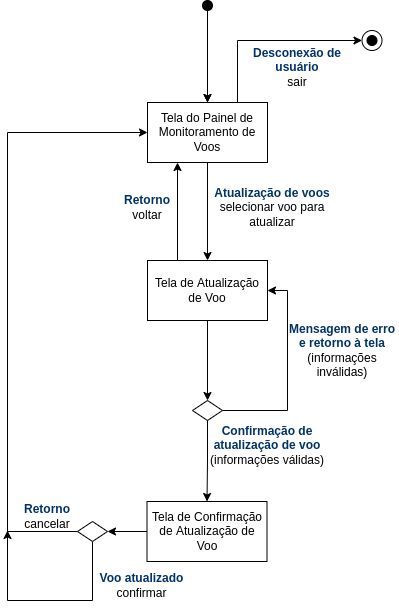
The draw.io diagram docs/images/diagrama_navegacao_monitoramento.png in franos-pj/PCS3643-Grupo7, before a commit. Source tidied: cells renumbered, new cells last; positions are measured from the earlier drawing's top-left corner, leaving out a move shared by most shapes.
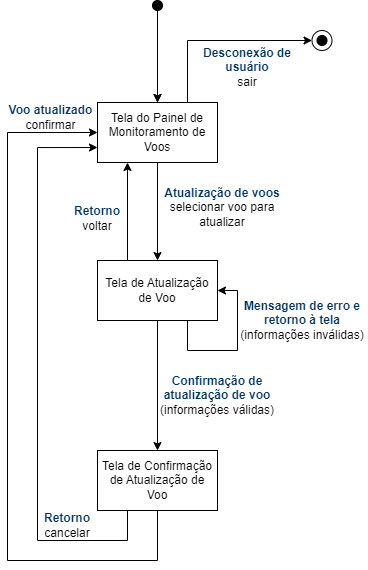
The same diagram one commit later.

Diff of the diagram source:
```diff
@@ -37,7 +37,7 @@
     <mxCell id="11" value="Desconexão de usuário&lt;br&gt;&lt;span style=&quot;color: rgb(0, 0, 0); font-weight: 400;&quot;&gt;sair&lt;/span&gt;" style="text;html=1;strokeColor=none;fillColor=none;align=center;verticalAlign=middle;whiteSpace=wrap;rounded=0;fontColor=#003366;fontStyle=1;" parent="1" vertex="1">
       <mxGeometry x="230" y="40" width="120" height="53" as="geometry" />
     </mxCell>
-    <mxCell id="12" style="edgeStyle=orthogonalEdgeStyle;rounded=0;jettySize=auto;html=1;exitX=0.5;exitY=1;exitDx=0;exitDy=0;entryX=0.5;entryY=0;entryDx=0;entryDy=0;fontSize=12;fontColor=#000000;" parent="1" edge="1" source="14" target="26">
+    <mxCell id="12" style="edgeStyle=orthogonalEdgeStyle;rounded=0;jettySize=auto;html=1;exitX=0.5;exitY=1;exitDx=0;exitDy=0;entryX=0.5;entryY=0;entryDx=0;entryDy=0;fontSize=12;fontColor=#000000;" parent="1" edge="1" source="14" target="17">
       <mxGeometry relative="1" as="geometry" />
     </mxCell>
     <mxCell id="13" style="edgeStyle=orthogonalEdgeStyle;rounded=0;jettySize=auto;html=1;exitX=0.25;exitY=0;exitDx=0;exitDy=0;entryX=0.25;entryY=1;entryDx=0;entryDy=0;fontSize=12;fontColor=#003366;" parent="1" edge="1" source="14" target="4">
@@ -49,60 +49,50 @@
     <mxCell id="15" value="Atualização de voos&lt;br&gt;&lt;font color=&quot;#000000&quot;&gt;&lt;span style=&quot;font-weight: 400;&quot;&gt;selecionar voo para atualizar&lt;/span&gt;&lt;/font&gt;" style="text;html=1;strokeColor=none;fillColor=none;align=center;verticalAlign=middle;whiteSpace=wrap;rounded=0;fontColor=#003366;fontStyle=1;" parent="1" vertex="1">
       <mxGeometry x="200" y="180" width="130" height="53" as="geometry" />
     </mxCell>
-    <mxCell id="16" style="edgeStyle=orthogonalEdgeStyle;rounded=0;jettySize=auto;html=1;exitX=0;exitY=0.5;exitDx=0;exitDy=0;entryX=1;entryY=0.5;entryDx=0;entryDy=0;fontSize=12;fontColor=#000000;" parent="1" edge="1" source="17" target="20">
-      <mxGeometry relative="1" as="geometry" />
-    </mxCell>
+    <mxCell id="29" style="edgeStyle=orthogonalEdgeStyle;rounded=0;jettySize=auto;html=1;exitX=0.5;exitY=1;exitDx=0;exitDy=0;entryX=0;entryY=0.5;entryDx=0;entryDy=0;" parent="1" edge="1" source="17" target="4">
+      <mxGeometry relative="1" as="geometry">
+        <Array as="points">
+          <mxPoint x="200" y="560" />
+          <mxPoint x="50" y="560" />
+          <mxPoint x="50" y="132" />
+        </Array>
+      </mxGeometry>
+    </mxCell>
     <mxCell id="17" value="Tela de Confirmação de Atualização de Voo" style="rounded=0;whiteSpace=wrap;html=1;" parent="1" vertex="1">
-      <mxGeometry x="139.5" y="501" width="120" height="60" as="geometry" />
+      <mxGeometry x="140" y="450" width="120" height="60" as="geometry" />
     </mxCell>
-    <mxCell id="18" style="edgeStyle=orthogonalEdgeStyle;rounded=0;jettySize=auto;html=1;exitX=0.5;exitY=1;exitDx=0;exitDy=0;" parent="1" edge="1" source="20">
-      <mxGeometry relative="1" as="geometry">
-        <mxPoint y="530" as="targetPoint" />
-        <Array as="points">
-          <mxPoint x="85" y="600" />
-          <mxPoint y="600" />
-        </Array>
-      </mxGeometry>
-    </mxCell>
-    <mxCell id="19" style="edgeStyle=orthogonalEdgeStyle;rounded=0;jettySize=auto;html=1;exitX=0;exitY=0.5;exitDx=0;exitDy=0;entryX=0;entryY=0.5;entryDx=0;entryDy=0;fontSize=12;fontColor=#000000;" parent="1" edge="1" source="20" target="4">
+    <mxCell id="19" style="edgeStyle=orthogonalEdgeStyle;rounded=0;jettySize=auto;html=1;exitX=0.25;exitY=1;exitDx=0;exitDy=0;entryX=0;entryY=0.75;entryDx=0;entryDy=0;fontSize=12;fontColor=#000000;" parent="1" edge="1" source="17" target="4">
       <mxGeometry relative="1" as="geometry">
         <Array as="points">
-          <mxPoint y="531" />
-          <mxPoint y="132" />
+          <mxPoint x="170" y="540" />
+          <mxPoint x="80" y="540" />
+          <mxPoint x="80" y="147" />
         </Array>
       </mxGeometry>
     </mxCell>
-    <mxCell id="20" style="rhombus;whiteSpace=wrap;html=1;" parent="1" vertex="1">
-      <mxGeometry x="70" y="521" width="30" height="20" as="geometry" />
-    </mxCell>
     <mxCell id="21" value="&lt;b&gt;&lt;font color=&quot;#003366&quot;&gt;Retorno&lt;/font&gt;&lt;/b&gt;&lt;br&gt;cancelar" style="text;html=1;strokeColor=none;fillColor=none;align=center;verticalAlign=middle;whiteSpace=wrap;rounded=0;" parent="1" vertex="1">
-      <mxGeometry x="10" y="501" width="60" height="30" as="geometry" />
+      <mxGeometry x="80" y="510" width="60" height="30" as="geometry" />
     </mxCell>
     <mxCell id="22" value="Voo atualizado&lt;br&gt;&lt;font color=&quot;#000000&quot;&gt;&lt;span style=&quot;font-weight: normal;&quot;&gt;confirmar&lt;/span&gt;&lt;/font&gt;" style="text;html=1;strokeColor=none;fillColor=none;align=center;verticalAlign=middle;whiteSpace=wrap;rounded=0;fontColor=#003366;fontStyle=1;" parent="1" vertex="1">
-      <mxGeometry x="87.5" y="570" width="92.5" height="30" as="geometry" />
+      <mxGeometry x="47.5" y="102" width="92.5" height="30" as="geometry" />
     </mxCell>
     <mxCell id="23" value="&lt;font style=&quot;&quot;&gt;&lt;font color=&quot;#003366&quot;&gt;&lt;b&gt;Confirmação de atualização de voo&lt;/b&gt;&lt;/font&gt;&lt;br&gt;(informações válidas)&lt;br&gt;&lt;/font&gt;" style="text;html=1;strokeColor=none;fillColor=none;align=center;verticalAlign=middle;whiteSpace=wrap;rounded=0;" parent="1" vertex="1">
-      <mxGeometry x="200" y="430" width="120" height="30" as="geometry" />
+      <mxGeometry x="200" y="380" width="120" height="30" as="geometry" />
     </mxCell>
-    <mxCell id="24" style="edgeStyle=orthogonalEdgeStyle;rounded=0;jettySize=auto;html=1;exitX=0.5;exitY=1;exitDx=0;exitDy=0;entryX=0.5;entryY=0;entryDx=0;entryDy=0;fontSize=12;fontColor=#000000;" parent="1" edge="1" source="26" target="17">
-      <mxGeometry relative="1" as="geometry" />
-    </mxCell>
-    <mxCell id="25" style="edgeStyle=orthogonalEdgeStyle;rounded=0;jettySize=auto;html=1;exitX=1;exitY=0.5;exitDx=0;exitDy=0;entryX=1;entryY=0.5;entryDx=0;entryDy=0;fontSize=12;fontColor=#000000;" parent="1" edge="1" source="26" target="14">
+    <mxCell id="25" style="edgeStyle=orthogonalEdgeStyle;rounded=0;orthogonalLoop=1;jettySize=auto;html=1;exitX=0.75;exitY=1;exitDx=0;exitDy=0;entryX=1;entryY=0.5;entryDx=0;entryDy=0;fontSize=12;fontColor=#000000;" parent="1" edge="1" source="14" target="14">
       <mxGeometry relative="1" as="geometry">
         <Array as="points">
-          <mxPoint x="280" y="410" />
+          <mxPoint x="230" y="350" />
+          <mxPoint x="280" y="350" />
           <mxPoint x="280" y="290" />
         </Array>
       </mxGeometry>
     </mxCell>
-    <mxCell id="26" style="rhombus;whiteSpace=wrap;html=1;" parent="1" vertex="1">
-      <mxGeometry x="185" y="400" width="30" height="20" as="geometry" />
-    </mxCell>
     <mxCell id="27" value="&lt;font style=&quot;&quot;&gt;&lt;b&gt;&lt;font color=&quot;#003366&quot;&gt;Mensagem de erro e retorno à tela&lt;/font&gt;&lt;/b&gt;&lt;br&gt;(informações inválidas)&lt;br&gt;&lt;/font&gt;" style="text;html=1;strokeColor=none;fillColor=none;align=center;verticalAlign=middle;whiteSpace=wrap;rounded=0;" parent="1" vertex="1">
-      <mxGeometry x="280" y="320" width="110" height="60" as="geometry" />
+      <mxGeometry x="280" y="290" width="130" height="60" as="geometry" />
     </mxCell>
     <mxCell id="28" value="&lt;b&gt;&lt;font color=&quot;#003366&quot;&gt;Retorno&lt;/font&gt;&lt;/b&gt;&lt;br&gt;voltar" style="text;html=1;strokeColor=none;fillColor=none;align=center;verticalAlign=middle;whiteSpace=wrap;rounded=0;" parent="1" vertex="1">
-      <mxGeometry x="110" y="191.5" width="60" height="30" as="geometry" />
+      <mxGeometry x="110" y="203" width="60" height="30" as="geometry" />
     </mxCell>
   </root>
 </mxGraphModel>
```
